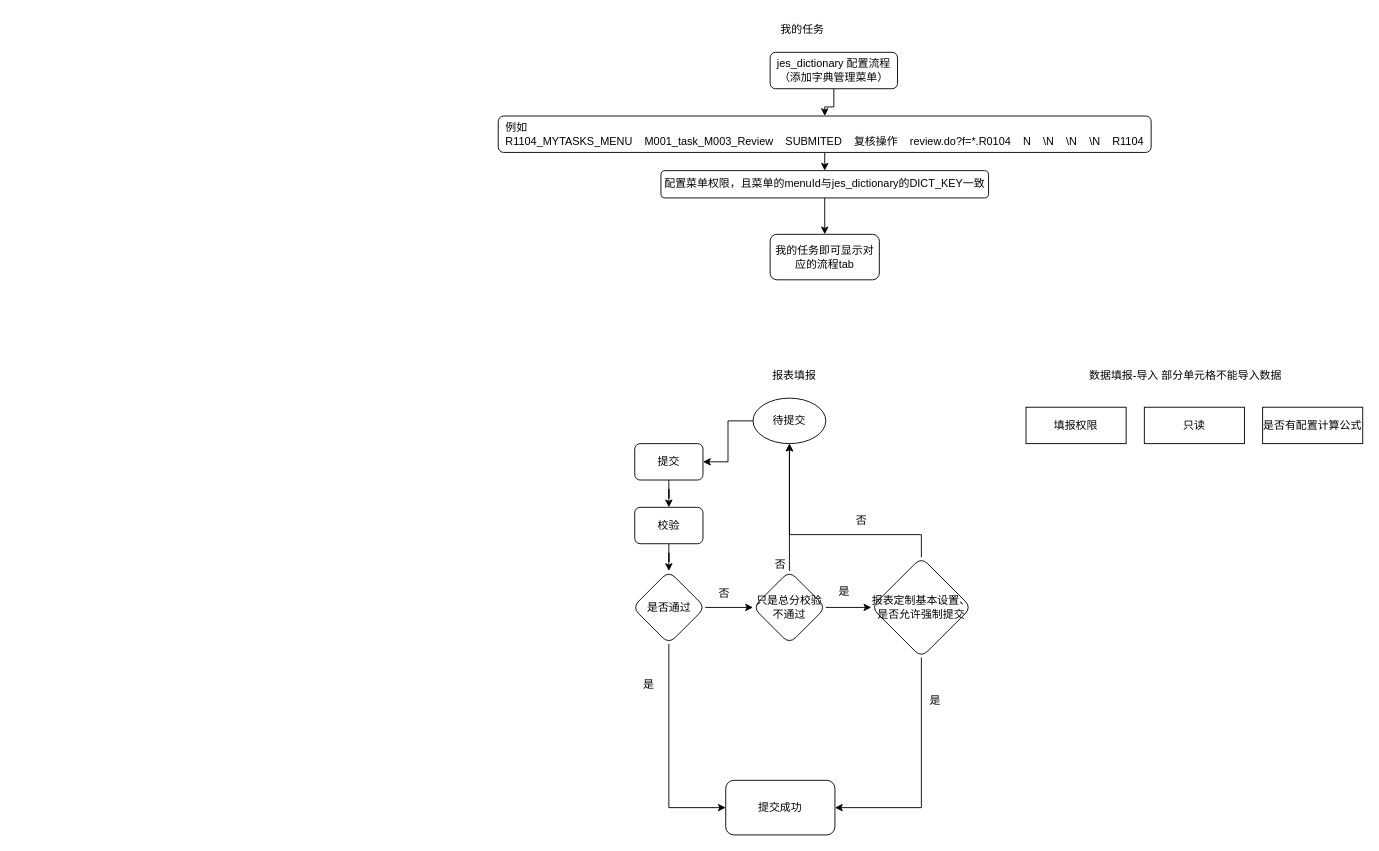
Earlier version of the draw.io diagram regulation-bussiness.drawio (JiaYzhang/WebResearch). Source tidied: cells renumbered, new cells numbered last; positions are measured from the earlier drawing's top-left corner, leaving out a move shared by most shapes. Both pictures are drawn from the tidied source at 91%, with x=0, y=0 at pixel (498, 15).
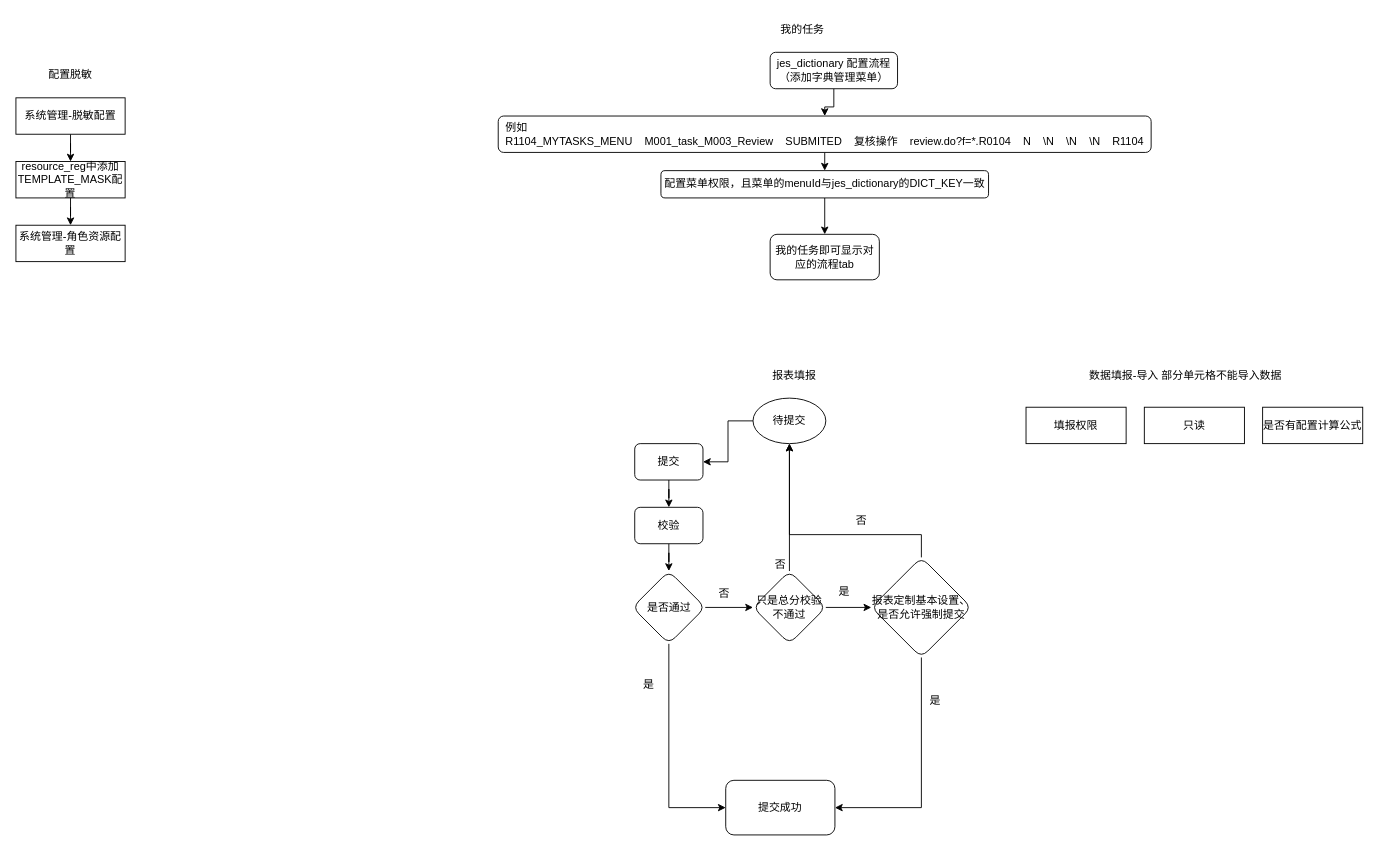
The same page after the edit.

What changed in the source:
```diff
@@
+    <mxCell id="37" value="配置脱敏" style="text;html=1;strokeColor=none;fillColor=none;align=center;verticalAlign=middle;whiteSpace=wrap;rounded=0;" parent="1" vertex="1">
+      <mxGeometry x="-500" y="50" width="60" height="30" as="geometry" />
+    </mxCell>
+    <mxCell id="38" style="edgeStyle=orthogonalEdgeStyle;rounded=0;jettySize=auto;html=1;" parent="1" edge="1" source="39" target="41">
+      <mxGeometry relative="1" as="geometry" />
+    </mxCell>
+    <mxCell id="39" value="系统管理-脱敏配置" style="rounded=0;whiteSpace=wrap;html=1;" parent="1" vertex="1">
+      <mxGeometry x="-530" y="90" width="120" height="40" as="geometry" />
+    </mxCell>
+    <mxCell id="40" style="edgeStyle=orthogonalEdgeStyle;rounded=0;jettySize=auto;html=1;" parent="1" edge="1" source="41" target="42">
+      <mxGeometry relative="1" as="geometry" />
+    </mxCell>
+    <mxCell id="41" value="resource_reg中添加TEMPLATE_MASK&lt;span style=&quot;background-color: initial;&quot;&gt;配置&lt;/span&gt;" style="rounded=0;whiteSpace=wrap;html=1;" parent="1" vertex="1">
+      <mxGeometry x="-530" y="160" width="120" height="40" as="geometry" />
+    </mxCell>
+    <mxCell id="42" value="系统管理-角色资源配置" style="rounded=0;whiteSpace=wrap;html=1;" parent="1" vertex="1">
+      <mxGeometry x="-530" y="230" width="120" height="40" as="geometry" />
+    </mxCell>
```
